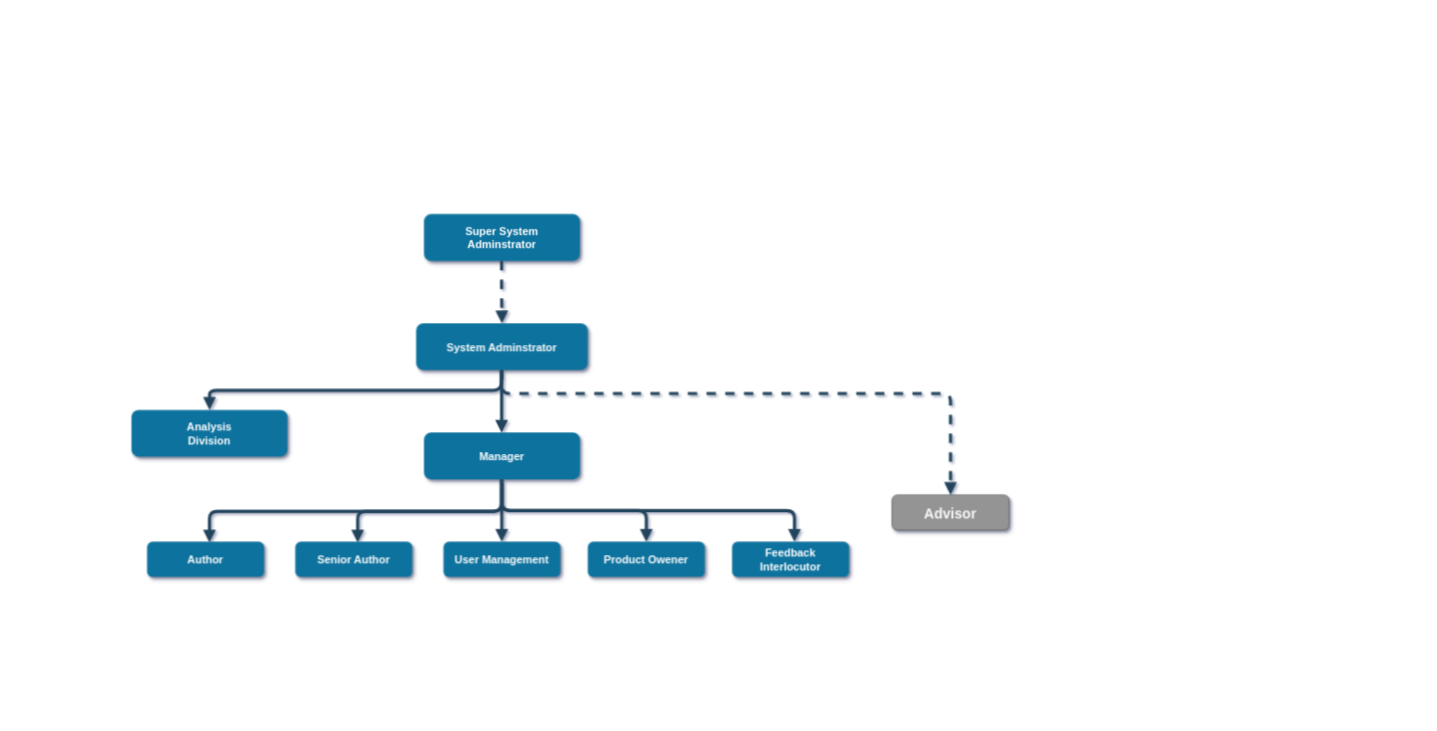
The draw.io diagram page "Page-2" (2 of 2) of Untitled Diagram.drawio in Rakholia1842/ERDiagram, before the edit. Source tidied: cells renumbered, new cells numbered last; positions are measured from the earlier drawing's top-left corner, leaving out a move shared by most shapes. Both pictures are drawn from the tidied source at 78%, with x=0, y=0 at pixel (131, 214).
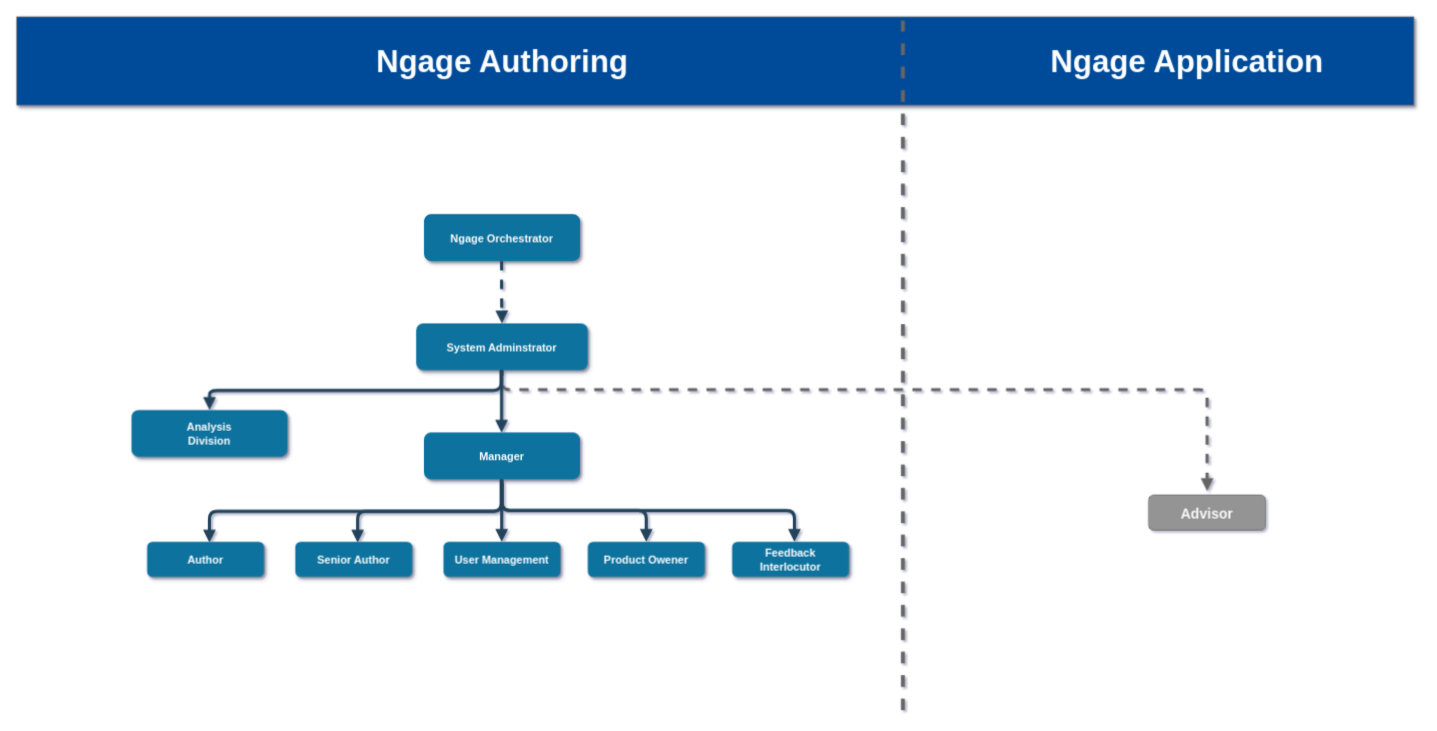
After the change.

What changed in the source:
```diff
@@
+    <mxCell id="17" style="edgeStyle=elbowEdgeStyle;elbow=vertical;strokeWidth=4;endArrow=block;endFill=1;fontStyle=1;dashed=1;strokeColor=#666666;verticalAlign=middle;" parent="1" edge="1">
+      <mxGeometry x="4" y="348" as="geometry">
+        <mxPoint x="475" y="195" as="sourcePoint" />
+        <mxPoint x="1379" y="355" as="targetPoint" />
+        <Array as="points">
+          <mxPoint x="1094" y="225" />
+        </Array>
+      </mxGeometry>
+    </mxCell>
-    <mxCell id="2" value="Super System&#10;Adminstrator" style="rounded=1;fillColor=#10739E;strokeColor=none;shadow=1;gradientColor=none;fontStyle=1;fontColor=#FFFFFF;fontSize=14;" parent="1" vertex="1">
+    <mxCell id="2" value="Ngage Orchestrator" style="rounded=1;fillColor=#10739E;strokeColor=none;shadow=1;gradientColor=none;fontStyle=1;fontColor=#FFFFFF;fontSize=14;verticalAlign=middle;" parent="1" vertex="1">
       <mxGeometry x="375" width="200" height="60" as="geometry" />
     </mxCell>
-    <mxCell id="3" style="edgeStyle=elbowEdgeStyle;elbow=vertical;strokeWidth=4;endArrow=block;endFill=1;fontStyle=1;strokeColor=#23445D;" parent="1" edge="1">
-      <mxGeometry x="-325.5" y="140" as="geometry">
+    <mxCell id="3" style="edgeStyle=elbowEdgeStyle;elbow=vertical;strokeWidth=4;endArrow=block;endFill=1;fontStyle=1;strokeColor=#23445D;verticalAlign=middle;" parent="1" edge="1">
+      <mxGeometry x="-325.5" y="353" as="geometry">
         <mxPoint x="474.5" y="200" as="sourcePoint" />
         <mxPoint x="474.5" y="280" as="targetPoint" />
       </mxGeometry>
     </mxCell>
-    <mxCell id="4" value="System Adminstrator" style="rounded=1;fillColor=#10739E;strokeColor=none;shadow=1;gradientColor=none;fontStyle=1;fontColor=#FFFFFF;fontSize=14;" parent="1" vertex="1">
+    <mxCell id="4" value="System Adminstrator" style="rounded=1;fillColor=#10739E;strokeColor=none;shadow=1;gradientColor=none;fontStyle=1;fontColor=#FFFFFF;fontSize=14;verticalAlign=middle;" parent="1" vertex="1">
       <mxGeometry x="365" y="140" width="220" height="60" as="geometry" />
     </mxCell>
-    <mxCell id="5" style="edgeStyle=elbowEdgeStyle;elbow=vertical;strokeWidth=4;endArrow=block;endFill=1;fontStyle=1;dashed=1;strokeColor=#23445D;" parent="1" edge="1">
-      <mxGeometry x="-345.5" y="-100" as="geometry">
+    <mxCell id="5" style="edgeStyle=elbowEdgeStyle;elbow=vertical;strokeWidth=4;endArrow=block;endFill=1;fontStyle=1;dashed=1;strokeColor=#23445D;verticalAlign=middle;" parent="1" edge="1">
+      <mxGeometry x="-345.5" y="113" as="geometry">
         <mxPoint x="474.5" y="60" as="sourcePoint" />
         <mxPoint x="475" y="140" as="targetPoint" />
       </mxGeometry>
     </mxCell>
-    <mxCell id="6" value="Manager" style="rounded=1;fillColor=#10739E;strokeColor=none;shadow=1;gradientColor=none;fontStyle=1;fontColor=#FFFFFF;fontSize=14;" parent="1" vertex="1">
+    <mxCell id="6" value="Manager" style="rounded=1;fillColor=#10739E;strokeColor=none;shadow=1;gradientColor=none;fontStyle=1;fontColor=#FFFFFF;fontSize=14;verticalAlign=middle;" parent="1" vertex="1">
       <mxGeometry x="375" y="280" width="200" height="60" as="geometry" />
     </mxCell>
-    <mxCell id="7" style="edgeStyle=elbowEdgeStyle;elbow=vertical;strokeWidth=4;endArrow=block;endFill=1;fontStyle=1;strokeColor=#23445D;" parent="1" edge="1">
-      <mxGeometry x="-326" y="171" as="geometry">
+    <mxCell id="7" style="edgeStyle=elbowEdgeStyle;elbow=vertical;strokeWidth=4;endArrow=block;endFill=1;fontStyle=1;strokeColor=#23445D;verticalAlign=middle;" parent="1" edge="1">
+      <mxGeometry x="-326" y="384" as="geometry">
         <mxPoint x="474" y="340" as="sourcePoint" />
         <mxPoint x="100" y="421" as="targetPoint" />
       </mxGeometry>
     </mxCell>
-    <mxCell id="8" style="edgeStyle=elbowEdgeStyle;elbow=vertical;strokeWidth=4;endArrow=block;endFill=1;fontStyle=1;strokeColor=#23445D;exitX=0.5;exitY=1;exitDx=0;exitDy=0;" parent="1" edge="1" source="6">
-      <mxGeometry x="-326" y="171" as="geometry">
+    <mxCell id="8" style="edgeStyle=elbowEdgeStyle;elbow=vertical;strokeWidth=4;endArrow=block;endFill=1;fontStyle=1;strokeColor=#23445D;exitX=0.5;exitY=1;exitDx=0;exitDy=0;verticalAlign=middle;" parent="1" edge="1" source="6">
+      <mxGeometry x="-326" y="384" as="geometry">
         <mxPoint x="290" y="421" as="targetPoint" />
       </mxGeometry>
     </mxCell>
-    <mxCell id="9" style="edgeStyle=elbowEdgeStyle;elbow=vertical;strokeWidth=4;endArrow=block;endFill=1;fontStyle=1;strokeColor=#23445D;" parent="1" edge="1">
-      <mxGeometry x="-325" y="145" as="geometry">
+    <mxCell id="9" style="edgeStyle=elbowEdgeStyle;elbow=vertical;strokeWidth=4;endArrow=block;endFill=1;fontStyle=1;strokeColor=#23445D;verticalAlign=middle;" parent="1" edge="1">
+      <mxGeometry x="-325" y="358" as="geometry">
         <mxPoint x="475" y="345" as="sourcePoint" />
         <mxPoint x="850" y="420" as="targetPoint" />
         <Array as="points">
           <mxPoint x="680" y="380" />
         </Array>
       </mxGeometry>
     </mxCell>
-    <mxCell id="10" style="edgeStyle=elbowEdgeStyle;elbow=vertical;strokeWidth=4;endArrow=block;endFill=1;fontStyle=1;strokeColor=#23445D;" parent="1" edge="1">
-      <mxGeometry x="-325" y="145" as="geometry">
+    <mxCell id="10" style="edgeStyle=elbowEdgeStyle;elbow=vertical;strokeWidth=4;endArrow=block;endFill=1;fontStyle=1;strokeColor=#23445D;verticalAlign=middle;" parent="1" edge="1">
+      <mxGeometry x="-325" y="358" as="geometry">
         <mxPoint x="475" y="345" as="sourcePoint" />
         <mxPoint x="660" y="420" as="targetPoint" />
         <Array as="points">
           <mxPoint x="560" y="380" />
         </Array>
       </mxGeometry>
     </mxCell>
-    <mxCell id="11" style="edgeStyle=elbowEdgeStyle;elbow=vertical;strokeWidth=4;endArrow=block;endFill=1;fontStyle=1;strokeColor=#23445D;" parent="1" edge="1">
-      <mxGeometry x="-325.3" y="280" as="geometry">
+    <mxCell id="11" style="edgeStyle=elbowEdgeStyle;elbow=vertical;strokeWidth=4;endArrow=block;endFill=1;fontStyle=1;strokeColor=#23445D;verticalAlign=middle;" parent="1" edge="1">
+      <mxGeometry x="-325.3" y="493" as="geometry">
         <mxPoint x="474.7" y="340" as="sourcePoint" />
         <mxPoint x="474.7" y="420" as="targetPoint" />
       </mxGeometry>
     </mxCell>
-    <mxCell id="12" value="Author" style="rounded=1;fillColor=#10739E;strokeColor=none;shadow=1;gradientColor=none;fontStyle=1;fontColor=#FFFFFF;fontSize=14;" parent="1" vertex="1">
+    <mxCell id="12" value="Author" style="rounded=1;fillColor=#10739E;strokeColor=none;shadow=1;gradientColor=none;fontStyle=1;fontColor=#FFFFFF;fontSize=14;verticalAlign=middle;" parent="1" vertex="1">
       <mxGeometry x="20" y="420" width="150" height="45" as="geometry" />
     </mxCell>
-    <mxCell id="13" value="Senior Author" style="rounded=1;fillColor=#10739E;strokeColor=none;shadow=1;gradientColor=none;fontStyle=1;fontColor=#FFFFFF;fontSize=14;" parent="1" vertex="1">
+    <mxCell id="13" value="Senior Author" style="rounded=1;fillColor=#10739E;strokeColor=none;shadow=1;gradientColor=none;fontStyle=1;fontColor=#FFFFFF;fontSize=14;verticalAlign=middle;" parent="1" vertex="1">
       <mxGeometry x="210" y="420" width="150" height="45" as="geometry" />
     </mxCell>
-    <mxCell id="14" value="User Management" style="rounded=1;fillColor=#10739E;strokeColor=none;shadow=1;gradientColor=none;fontStyle=1;fontColor=#FFFFFF;fontSize=14;" parent="1" vertex="1">
+    <mxCell id="14" value="User Management" style="rounded=1;fillColor=#10739E;strokeColor=none;shadow=1;gradientColor=none;fontStyle=1;fontColor=#FFFFFF;fontSize=14;verticalAlign=middle;" parent="1" vertex="1">
       <mxGeometry x="400" y="420" width="150" height="45" as="geometry" />
     </mxCell>
-    <mxCell id="15" value="Product Owener" style="rounded=1;fillColor=#10739E;strokeColor=none;shadow=1;gradientColor=none;fontStyle=1;fontColor=#FFFFFF;fontSize=14;" parent="1" vertex="1">
+    <mxCell id="15" value="Product Owener" style="rounded=1;fillColor=#10739E;strokeColor=none;shadow=1;gradientColor=none;fontStyle=1;fontColor=#FFFFFF;fontSize=14;verticalAlign=middle;" parent="1" vertex="1">
       <mxGeometry x="585" y="420" width="150" height="45" as="geometry" />
     </mxCell>
-    <mxCell id="16" value="Feedback&#10;Interlocutor" style="rounded=1;fillColor=#10739E;strokeColor=none;shadow=1;gradientColor=none;fontStyle=1;fontColor=#FFFFFF;fontSize=14;" parent="1" vertex="1">
+    <mxCell id="16" value="Feedback&#10;Interlocutor" style="rounded=1;fillColor=#10739E;strokeColor=none;shadow=1;gradientColor=none;fontStyle=1;fontColor=#FFFFFF;fontSize=14;verticalAlign=middle;" parent="1" vertex="1">
       <mxGeometry x="770" y="420" width="150" height="45" as="geometry" />
     </mxCell>
-    <mxCell id="17" style="edgeStyle=elbowEdgeStyle;elbow=vertical;strokeWidth=4;endArrow=block;endFill=1;fontStyle=1;dashed=1;strokeColor=#23445D;" parent="1" edge="1" target="18">
-      <mxGeometry x="-325" y="140" as="geometry">
-        <mxPoint x="475" y="200" as="sourcePoint" />
-        <Array as="points">
-          <mxPoint x="765" y="230" />
-        </Array>
-      </mxGeometry>
-    </mxCell>
-    <mxCell id="18" value="Advisor" style="rounded=1;fillColor=#949494;strokeColor=#666666;shadow=1;fontStyle=1;fontSize=18;fontColor=#FCFCFC;" parent="1" vertex="1">
-      <mxGeometry x="975" y="360" width="150" height="45" as="geometry" />
+    <mxCell id="18" value="Advisor" style="rounded=1;fillColor=#949494;strokeColor=#666666;shadow=0;fontStyle=1;fontSize=18;fontColor=#FCFCFC;verticalAlign=middle;" parent="1" vertex="1">
+      <mxGeometry x="1304" y="360" width="150" height="45" as="geometry" />
     </mxCell>
-    <mxCell id="19" style="edgeStyle=elbowEdgeStyle;elbow=vertical;strokeWidth=4;endArrow=block;endFill=1;fontStyle=1;strokeColor=#23445D;" parent="1" edge="1" target="20">
-      <mxGeometry x="-326" y="31" as="geometry">
+    <mxCell id="19" style="edgeStyle=elbowEdgeStyle;elbow=vertical;strokeWidth=4;endArrow=block;endFill=1;fontStyle=1;strokeColor=#23445D;verticalAlign=middle;" parent="1" edge="1" target="20">
+      <mxGeometry x="-326" y="244" as="geometry">
         <mxPoint x="474" y="200" as="sourcePoint" />
       </mxGeometry>
     </mxCell>
-    <mxCell id="20" value="Analysis &#10;Division" style="rounded=1;fillColor=#10739E;strokeColor=none;shadow=1;gradientColor=none;fontStyle=1;fontColor=#FFFFFF;fontSize=14;" parent="1" vertex="1">
+    <mxCell id="20" value="Analysis &#10;Division" style="rounded=1;fillColor=#10739E;strokeColor=none;shadow=1;gradientColor=none;fontStyle=1;fontColor=#FFFFFF;fontSize=14;verticalAlign=middle;" parent="1" vertex="1">
       <mxGeometry y="251" width="200" height="60" as="geometry" />
     </mxCell>
+    <mxCell id="21" style="rounded=0;whiteSpace=wrap;html=1;shadow=1;strokeColor=#666666;fillColor=#004C99;fontSize=18;fontColor=#FCFCFC;" parent="1" vertex="1">
+      <mxGeometry x="-147" y="-253" width="1791" height="113" as="geometry" />
+    </mxCell>
+    <mxCell id="22" style="endArrow=none;dashed=1;html=1;strokeColor=#666666;strokeWidth=5;fontSize=18;fontColor=#FCFCFC;" parent="1" edge="1">
+      <mxGeometry relative="1" as="geometry">
+        <mxPoint x="989" y="636" as="sourcePoint" />
+        <mxPoint x="989" y="-248" as="targetPoint" />
+      </mxGeometry>
+    </mxCell>
+    <mxCell id="23" value="Ngage Authoring" style="text;align=center;verticalAlign=middle;fontSize=40;fontColor=#FFFFFF;fontStyle=1;horizontal=1;shadow=0;labelBorderColor=none;labelBackgroundColor=none;spacingTop=0;html=1;" parent="1" vertex="1">
+      <mxGeometry x="308" y="-223" width="334" height="52" as="geometry" />
+    </mxCell>
+    <mxCell id="24" value="Ngage Application" style="text;align=center;verticalAlign=middle;fontSize=40;fontColor=#FFFFFF;fontStyle=1;horizontal=1;labelBackgroundColor=none;labelBorderColor=none;spacingTop=0;html=1;" parent="1" vertex="1">
+      <mxGeometry x="1172" y="-223" width="361" height="52" as="geometry" />
+    </mxCell>
```
